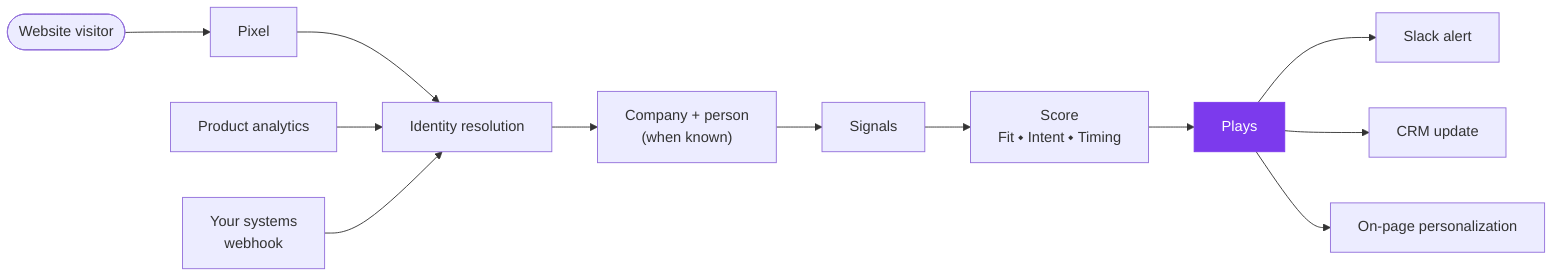
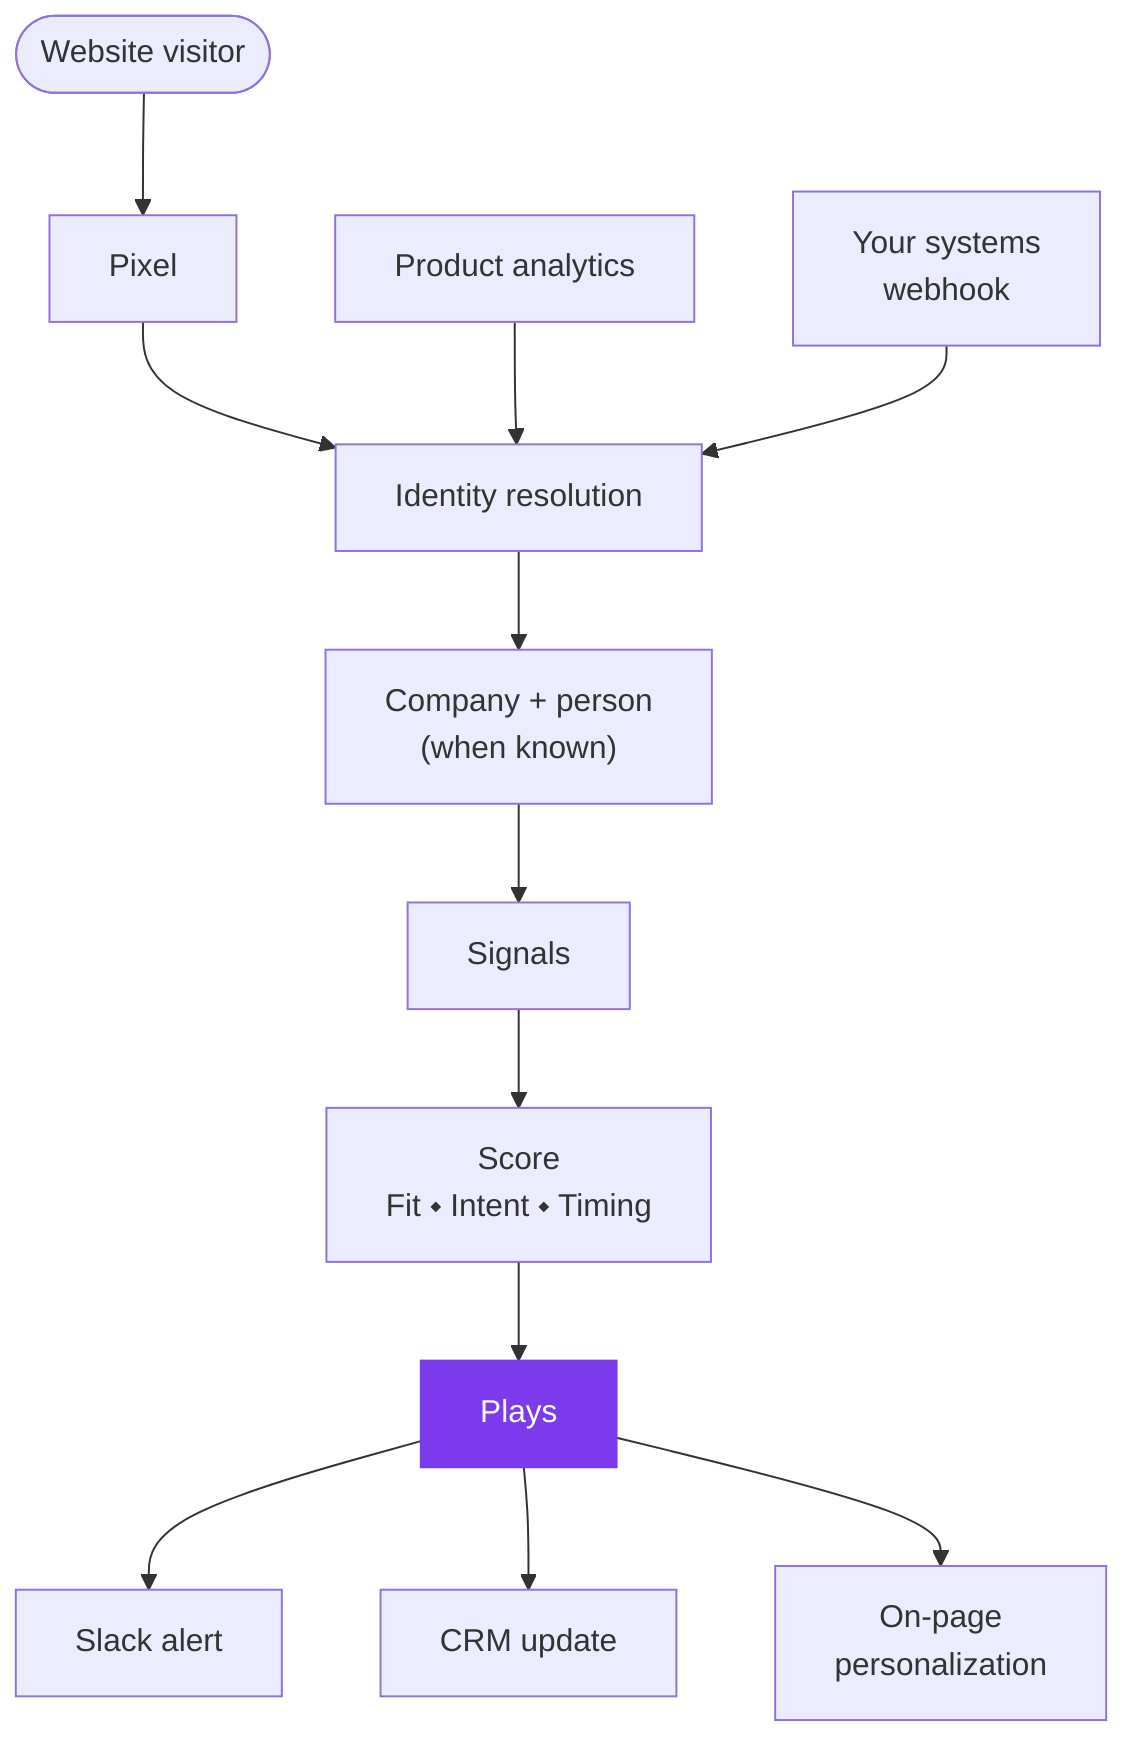
- flowchart LR
+ flowchart TB
    V([Website visitor]) --> P[Pixel]
    P --> ID[Identity resolution]
    PH[Product analytics] --> ID
    WH[Your systems<br/>webhook] --> ID
    ID --> CO["Company + person<br/>(when known)"]
    CO --> S[Signals]
    S --> SC["Score<br/>Fit ⬩ Intent ⬩ Timing"]
    SC --> PL[Plays]:::accent
    PL --> O1[Slack alert]
    PL --> O2[CRM update]
-     PL --> O3[On-page personalization]
+     PL --> O3[On-page<br/>personalization]
    classDef accent fill:#7C3AED,stroke:#7C3AED,color:#FFFFFF
